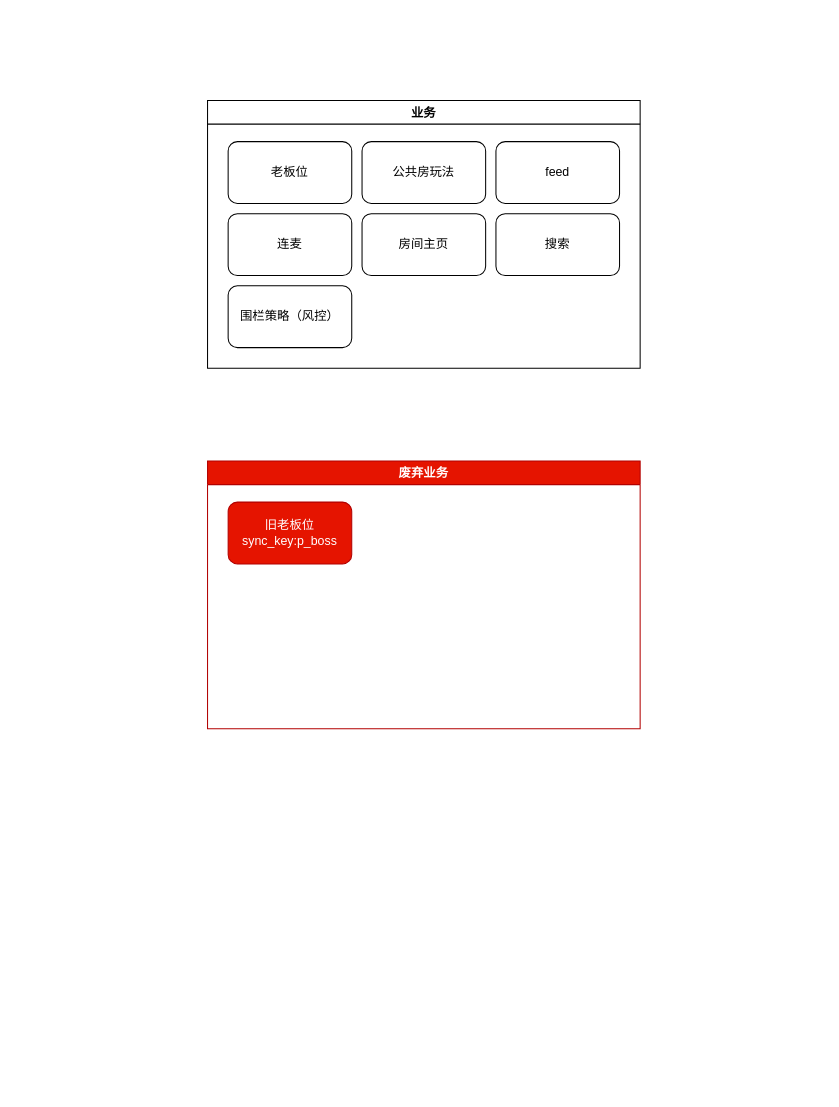
Earlier version of the draw.io diagram page "公共房业务" (1 of 6) of pepper/公共房.drawio (wclssdn/draw.io). Source tidied: cells renumbered, new cells numbered last; positions are measured from the earlier drawing's top-left corner, leaving out a move shared by most shapes. Both pictures are drawn from the tidied source at 103%, with x=0, y=0 at pixel (207, 100).
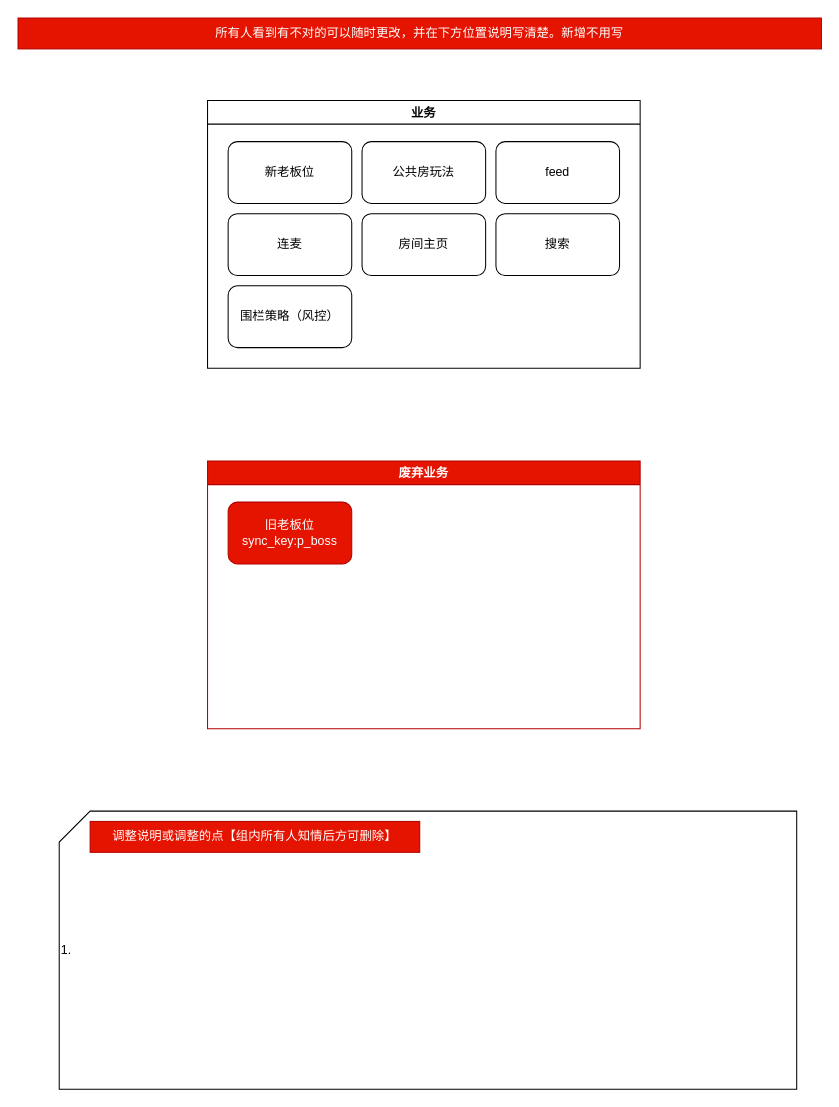
The same diagram, later.

What changed in the source:
```diff
@@
 <mxGraphModel>
   <root>
     <mxCell id="0" />
     <mxCell id="1" parent="0" />
     <mxCell id="2" value="业务" style="swimlane;" parent="1" vertex="1">
       <mxGeometry width="420" height="260" as="geometry" />
     </mxCell>
-    <mxCell id="3" value="老板位" style="rounded=1;whiteSpace=wrap;html=1;" parent="2" vertex="1">
+    <mxCell id="3" value="新老板位" style="rounded=1;whiteSpace=wrap;html=1;" parent="2" vertex="1">
       <mxGeometry x="20" y="40" width="120" height="60" as="geometry" />
     </mxCell>
     <mxCell id="4" value="连麦" style="rounded=1;whiteSpace=wrap;html=1;" parent="2" vertex="1">
       <mxGeometry x="20" y="110" width="120" height="60" as="geometry" />
     </mxCell>
     <mxCell id="5" value="feed" style="rounded=1;whiteSpace=wrap;html=1;" parent="2" vertex="1">
       <mxGeometry x="280" y="40" width="120" height="60" as="geometry" />
     </mxCell>
     <mxCell id="6" value="公共房玩法" style="rounded=1;whiteSpace=wrap;html=1;" parent="2" vertex="1">
       <mxGeometry x="150" y="40" width="120" height="60" as="geometry" />
     </mxCell>
     <mxCell id="7" value="围栏策略（风控）" style="rounded=1;whiteSpace=wrap;html=1;" parent="2" vertex="1">
       <mxGeometry x="20" y="180" width="120" height="60" as="geometry" />
     </mxCell>
     <mxCell id="8" value="搜索" style="rounded=1;whiteSpace=wrap;html=1;" parent="2" vertex="1">
       <mxGeometry x="280" y="110" width="120" height="60" as="geometry" />
     </mxCell>
     <mxCell id="9" value="房间主页" style="rounded=1;whiteSpace=wrap;html=1;" parent="2" vertex="1">
       <mxGeometry x="150" y="110" width="120" height="60" as="geometry" />
     </mxCell>
     <mxCell id="10" value="废弃业务" style="swimlane;fillColor=#e51400;strokeColor=#B20000;fontColor=#ffffff;" parent="1" vertex="1">
       <mxGeometry y="350" width="420" height="260" as="geometry" />
     </mxCell>
     <mxCell id="11" value="旧老板位&lt;br&gt;sync_key:p_boss" style="rounded=1;whiteSpace=wrap;html=1;fillColor=#e51400;strokeColor=#B20000;fontColor=#ffffff;" parent="10" vertex="1">
       <mxGeometry x="20" y="40" width="120" height="60" as="geometry" />
     </mxCell>
+    <mxCell id="12" value="所有人看到有不对的可以随时更改，并在下方位置说明写清楚。新增不用写" style="text;html=1;strokeColor=#B20000;fillColor=#e51400;align=center;verticalAlign=middle;whiteSpace=wrap;rounded=0;fontColor=#ffffff;" parent="1" vertex="1">
+      <mxGeometry x="-184" y="-80" width="780" height="30" as="geometry" />
+    </mxCell>
+    <mxCell id="13" value="1.&lt;div&gt;&lt;/div&gt;" style="shape=card;whiteSpace=wrap;html=1;align=left;" parent="1" vertex="1">
+      <mxGeometry x="-144" y="690" width="716" height="270" as="geometry" />
+    </mxCell>
+    <mxCell id="14" value="调整说明或调整的点【组内所有人知情后方可删除】" style="text;html=1;strokeColor=#B20000;fillColor=#e51400;align=center;verticalAlign=middle;whiteSpace=wrap;rounded=0;fontColor=#ffffff;" parent="1" vertex="1">
+      <mxGeometry x="-114" y="700" width="320" height="30" as="geometry" />
+    </mxCell>
   </root>
 </mxGraphModel>
```
